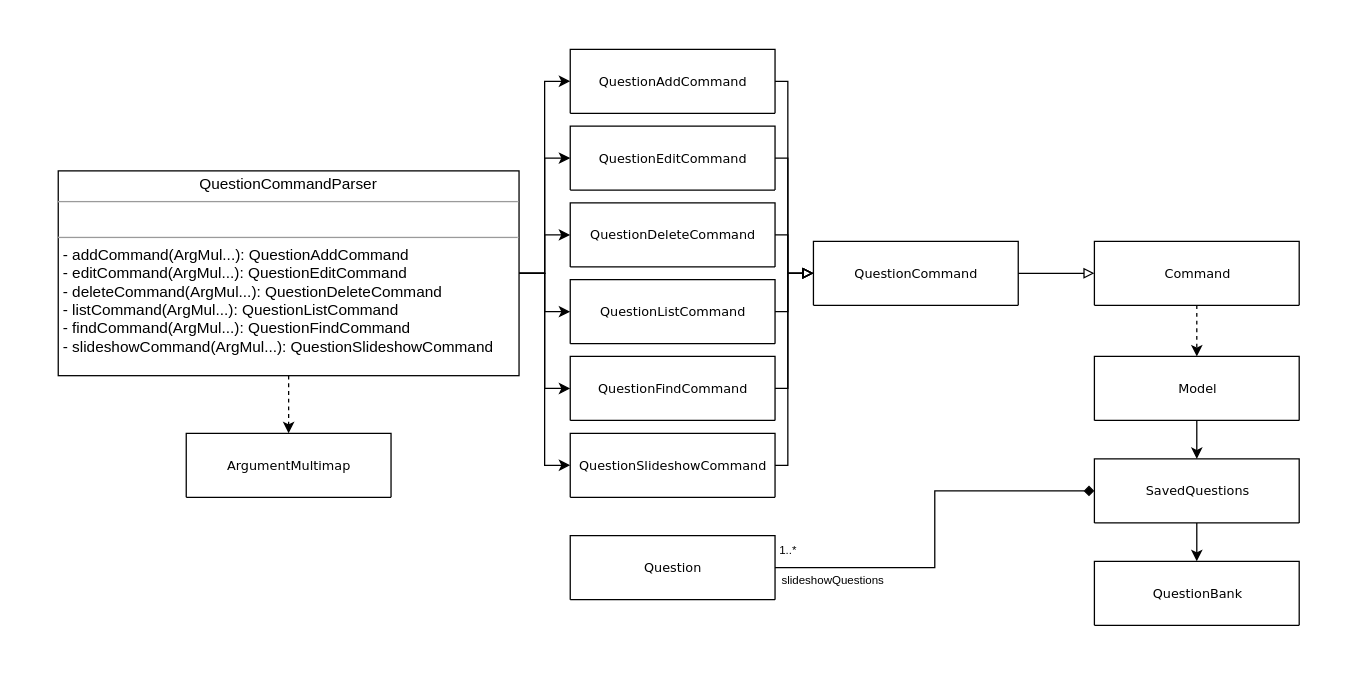
Earlier version of the draw.io diagram docs/diagrams/QuestionsClassDiagram.drawio (nus-cs2103-AY1920S1/addressbook-level3). Source tidied: cells renumbered, new cells numbered last; positions are measured from the earlier drawing's top-left corner, leaving out a move shared by most shapes. Both pictures are drawn from the tidied source at 128%, with x=0, y=0 at pixel (22, 22).
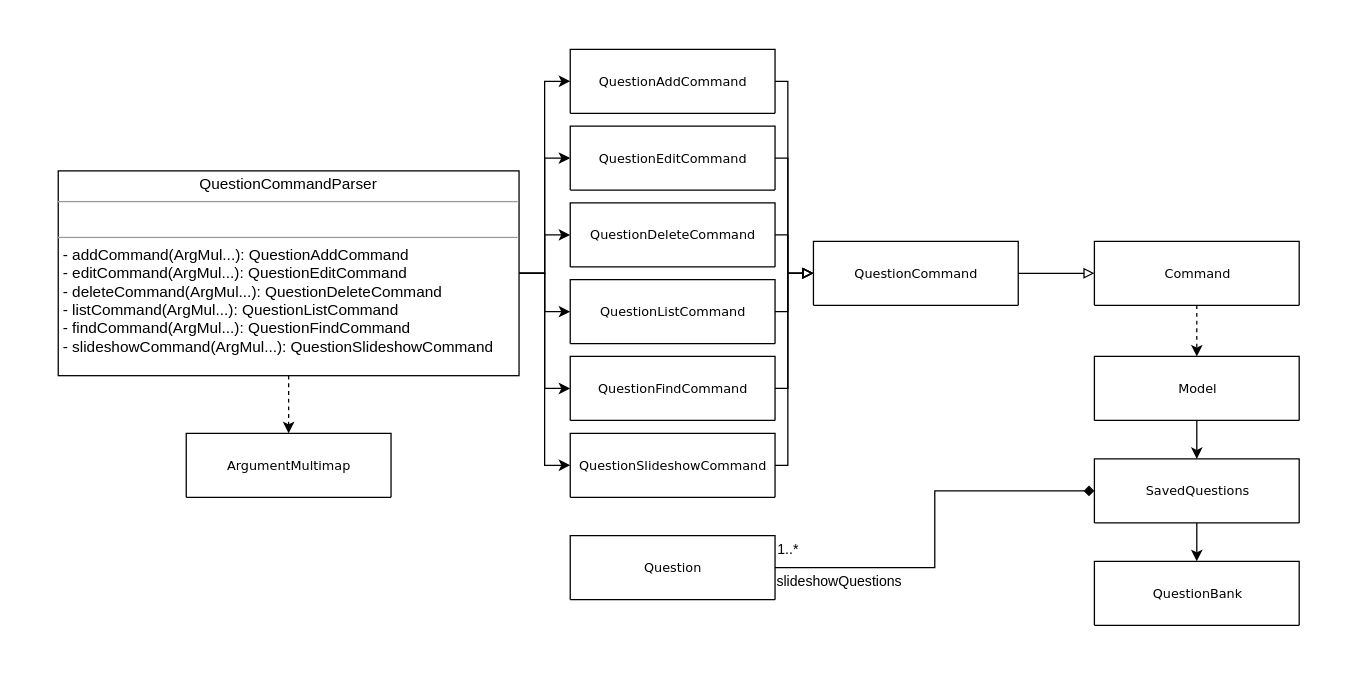
Above is the later version.

Commit message (it also covers changes not shown here):
Adjust formatting for DG questions

The change refers to these unchanged cells:
```xml
<mxCell id="31" value="SavedQuestions" style="swimlane;html=1;fontStyle=0;horizontal=1;startSize=50;fillColor=none;swimlaneFillColor=#ffffff;rounded=0;shadow=0;comic=0;labelBackgroundColor=none;strokeColor=#000000;strokeWidth=1;fontFamily=Verdana;fontSize=10;fontColor=#000000;align=center;" parent="1" vertex="1">
  <mxGeometry x="837.5" y="341" width="160" height="50" as="geometry" />
</mxCell>
<mxCell id="35" value="Question" style="swimlane;html=1;fontStyle=0;horizontal=1;startSize=50;fillColor=none;swimlaneFillColor=#ffffff;rounded=0;shadow=0;comic=0;labelBackgroundColor=none;strokeColor=#000000;strokeWidth=1;fontFamily=Verdana;fontSize=10;fontColor=#000000;align=center;" parent="1" vertex="1">
  <mxGeometry x="428" y="401" width="160" height="50" as="geometry" />
</mxCell>
```

Diff of the diagram source:
```diff
@@
-    <mxCell id="33" value="&lt;font style=&quot;font-size: 9px&quot;&gt;1..*&lt;/font&gt;" style="edgeStyle=orthogonalEdgeStyle;rounded=0;jettySize=auto;html=1;entryX=0;entryY=0.5;entryDx=0;entryDy=0;startArrow=none;startFill=0;endArrow=diamond;endFill=1;" parent="1" edge="1" source="35" target="31">
+    <mxCell id="33" value="&lt;font style=&quot;font-size: 11px&quot;&gt;1..*&lt;/font&gt;" style="edgeStyle=orthogonalEdgeStyle;rounded=0;jettySize=auto;html=1;entryX=0;entryY=0.5;entryDx=0;entryDy=0;startArrow=none;startFill=0;endArrow=diamond;endFill=1;" parent="1" edge="1" source="35" target="31">
       <mxGeometry x="-0.1" y="115" relative="1" as="geometry" />
     </mxCell>
-    <mxCell id="34" value="slideshowQuestions" style="text;html=1;align=center;verticalAlign=middle;labelBackgroundColor=#ffffff;fontSize=9;" parent="33" vertex="1">
+    <mxCell id="34" value="&lt;font style=&quot;font-size: 11px&quot;&gt;slideshowQuestions&lt;/font&gt;" style="text;html=1;align=center;verticalAlign=middle;labelBackgroundColor=#ffffff;fontSize=9;" parent="33" vertex="1">
       <mxGeometry x="-0.01" y="4" relative="1" as="geometry">
-        <mxPoint x="-76.5" y="38" as="offset" />
+        <mxPoint x="-71" y="39" as="offset" />
       </mxGeometry>
     </mxCell>
```
